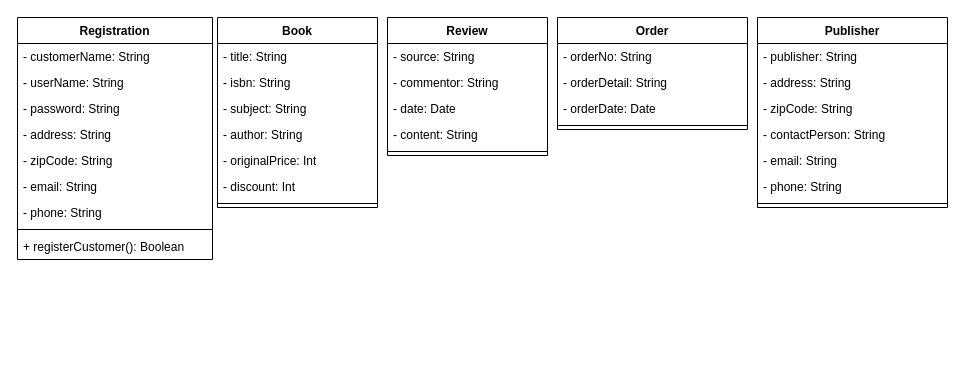
LarryChenCode/IS7020_diagrams keeps this draw.io diagram as Project_Class.drawio. Above is the earlier version. Source tidied: cells renumbered, new cells numbered last; positions are measured from the earlier drawing's top-left corner, leaving out a move shared by most shapes. Both pictures are drawn from the tidied source at 100%, with x=0, y=0 at pixel (17, 17).
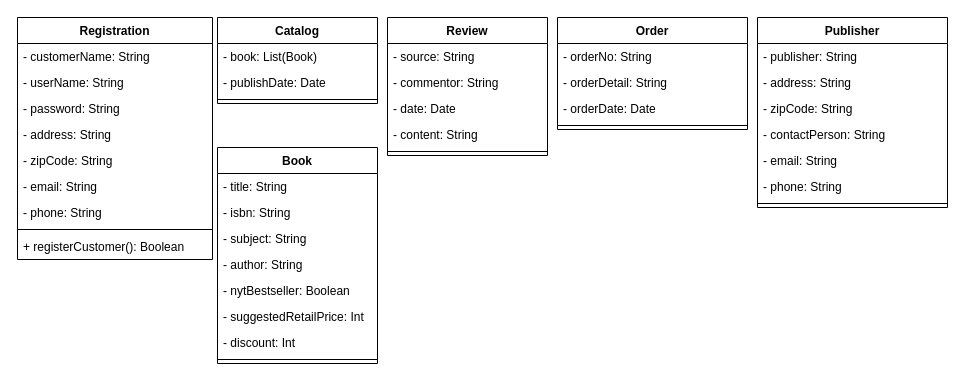
The same diagram, later.

Diff of the diagram source:
```diff
@@
     <mxCell id="2" value="Book" style="swimlane;fontStyle=1;align=center;verticalAlign=top;horizontal=1;startSize=26;whiteSpace=wrap;html=1;" parent="1" vertex="1">
-      <mxGeometry x="200" width="160" height="190" as="geometry" />
+      <mxGeometry x="200" y="130" width="160" height="216" as="geometry" />
     </mxCell>
@@
+    <mxCell id="39" value="- nytBestseller: Boolean" style="text;strokeColor=none;fillColor=none;align=left;verticalAlign=top;spacingLeft=4;spacingRight=4;overflow=hidden;whiteSpace=wrap;html=1;" parent="2" vertex="1">
+      <mxGeometry y="130" width="160" height="26" as="geometry" />
+    </mxCell>
-    <mxCell id="7" value="- originalPrice: Int" style="text;strokeColor=none;fillColor=none;align=left;verticalAlign=top;spacingLeft=4;spacingRight=4;overflow=hidden;whiteSpace=wrap;html=1;" parent="2" vertex="1">
-      <mxGeometry y="130" width="160" height="26" as="geometry" />
+    <mxCell id="7" value="- suggestedRetailPrice: Int" style="text;strokeColor=none;fillColor=none;align=left;verticalAlign=top;spacingLeft=4;spacingRight=4;overflow=hidden;whiteSpace=wrap;html=1;" parent="2" vertex="1">
+      <mxGeometry y="156" width="160" height="26" as="geometry" />
     </mxCell>
     <mxCell id="8" value="- discount: Int" style="text;strokeColor=none;fillColor=none;align=left;verticalAlign=top;spacingLeft=4;spacingRight=4;overflow=hidden;whiteSpace=wrap;html=1;" parent="2" vertex="1">
-      <mxGeometry y="156" width="160" height="26" as="geometry" />
+      <mxGeometry y="182" width="160" height="26" as="geometry" />
     </mxCell>
     <mxCell id="9" style="line;strokeWidth=1;fillColor=none;align=left;verticalAlign=middle;spacingTop=-1;spacingLeft=3;spacingRight=3;labelPosition=right;strokeColor=inherit;" parent="2" vertex="1">
-      <mxGeometry y="182" width="160" height="8" as="geometry" />
+      <mxGeometry y="208" width="160" height="8" as="geometry" />
     </mxCell>
@@
+    <mxCell id="40" value="Catalog" style="swimlane;fontStyle=1;align=center;verticalAlign=top;horizontal=1;startSize=26;whiteSpace=wrap;html=1;" parent="1" vertex="1">
+      <mxGeometry x="200" width="160" height="86" as="geometry" />
+    </mxCell>
+    <mxCell id="41" value="- book: List(Book)" style="text;strokeColor=none;fillColor=none;align=left;verticalAlign=top;spacingLeft=4;spacingRight=4;overflow=hidden;whiteSpace=wrap;html=1;" parent="40" vertex="1">
+      <mxGeometry y="26" width="160" height="26" as="geometry" />
+    </mxCell>
+    <mxCell id="42" value="- publishDate: Date" style="text;strokeColor=none;fillColor=none;align=left;verticalAlign=top;spacingLeft=4;spacingRight=4;overflow=hidden;whiteSpace=wrap;html=1;" parent="40" vertex="1">
+      <mxGeometry y="52" width="160" height="26" as="geometry" />
+    </mxCell>
+    <mxCell id="43" style="line;strokeWidth=1;fillColor=none;align=left;verticalAlign=middle;spacingTop=-1;spacingLeft=3;spacingRight=3;labelPosition=right;strokeColor=inherit;" parent="40" vertex="1">
+      <mxGeometry y="78" width="160" height="8" as="geometry" />
+    </mxCell>
```
